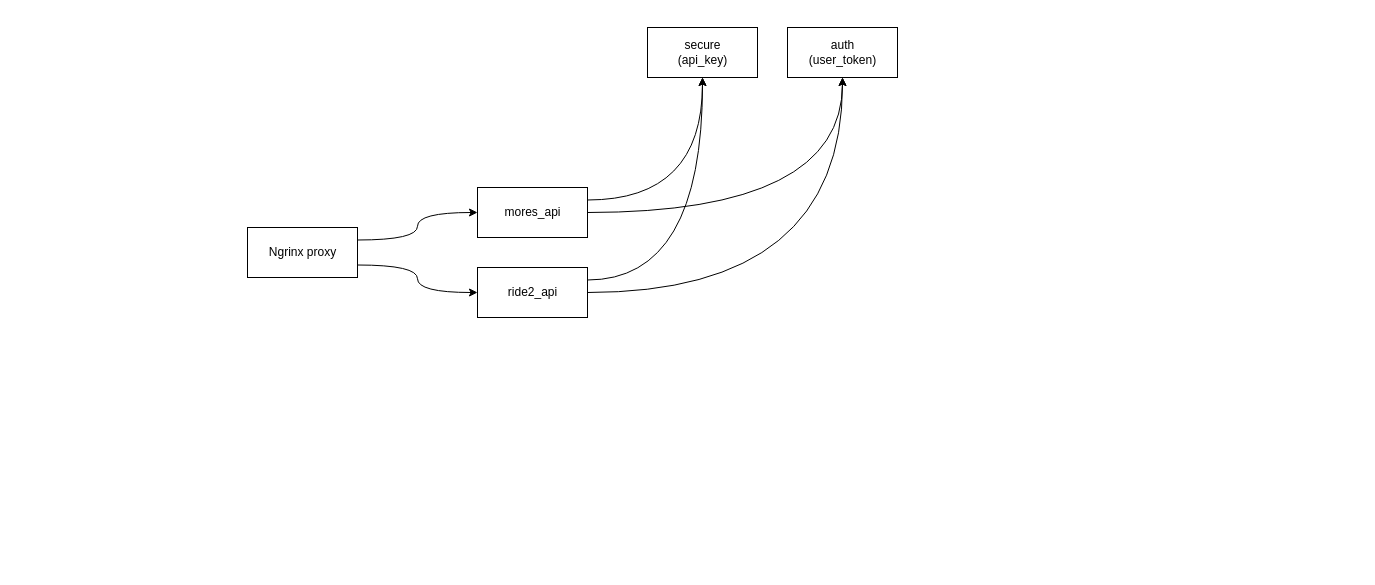
Before: page "Page-3" (3 of 3) of schema.drawio in jadjer/mores, a draw.io diagram. Source tidied: cells renumbered, new cells numbered last; positions are measured from the earlier drawing's top-left corner, leaving out a move shared by most shapes. Both pictures are drawn from the tidied source at 100%, with x=0, y=0 at pixel (247, 27).
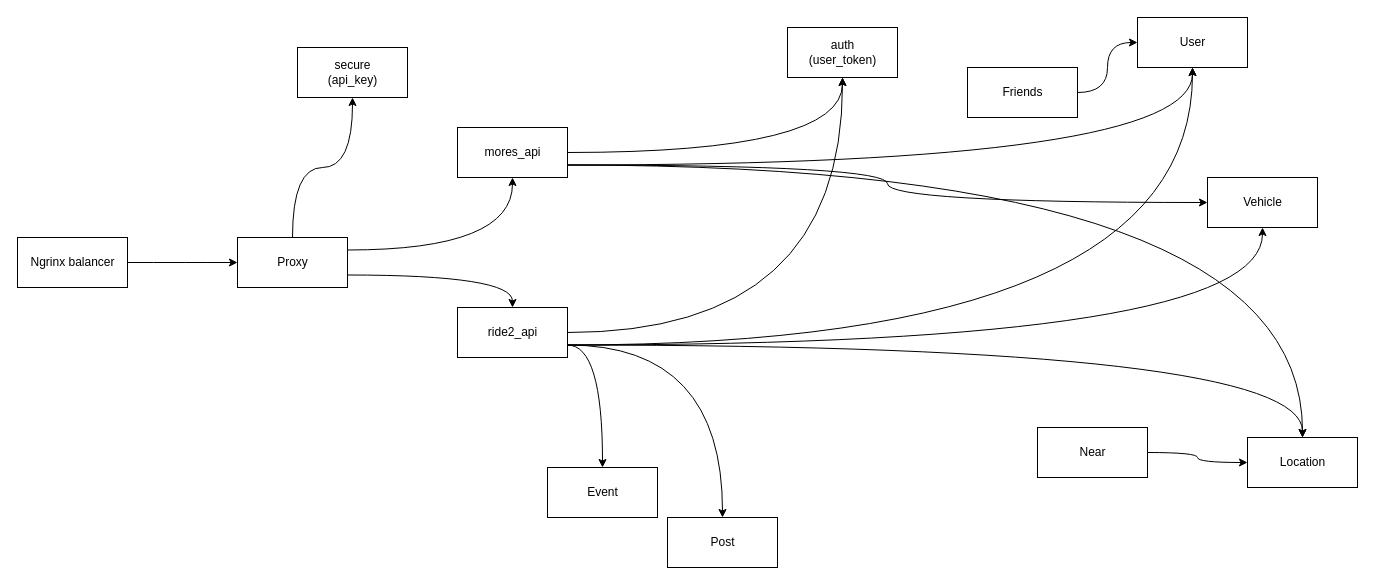
Above is the later version.

What changed in the source:
```diff
@@
-    <mxCell id="3" style="edgeStyle=orthogonalEdgeStyle;curved=1;rounded=0;jettySize=auto;html=1;exitX=1;exitY=0.25;exitDx=0;exitDy=0;" parent="1" edge="1" source="4" target="12">
-      <mxGeometry relative="1" as="geometry" />
-    </mxCell>
+    <mxCell id="13" style="edgeStyle=orthogonalEdgeStyle;rounded=0;jettySize=auto;html=1;exitX=1;exitY=0.75;exitDx=0;exitDy=0;curved=1;" parent="1" edge="1" source="4" target="22">
+      <mxGeometry relative="1" as="geometry" />
+    </mxCell>
+    <mxCell id="14" style="edgeStyle=orthogonalEdgeStyle;curved=1;rounded=0;jettySize=auto;html=1;exitX=1;exitY=0.75;exitDx=0;exitDy=0;" parent="1" edge="1" source="4" target="23">
+      <mxGeometry relative="1" as="geometry" />
+    </mxCell>
+    <mxCell id="15" style="edgeStyle=orthogonalEdgeStyle;curved=1;rounded=0;jettySize=auto;html=1;exitX=1;exitY=0.75;exitDx=0;exitDy=0;" parent="1" edge="1" source="4" target="26">
+      <mxGeometry relative="1" as="geometry" />
+    </mxCell>
     <mxCell id="4" value="mores_api" style="html=1;" parent="1" vertex="1">
-      <mxGeometry x="230" y="160" width="110" height="50" as="geometry" />
+      <mxGeometry x="210" y="100" width="110" height="50" as="geometry" />
     </mxCell>
@@
-    <mxCell id="6" style="edgeStyle=orthogonalEdgeStyle;curved=1;rounded=0;jettySize=auto;html=1;exitX=1;exitY=0.25;exitDx=0;exitDy=0;" parent="1" edge="1" source="7" target="12">
-      <mxGeometry relative="1" as="geometry" />
-    </mxCell>
+    <mxCell id="16" style="edgeStyle=orthogonalEdgeStyle;curved=1;rounded=0;jettySize=auto;html=1;exitX=1;exitY=0.75;exitDx=0;exitDy=0;" parent="1" edge="1" source="7" target="22">
+      <mxGeometry relative="1" as="geometry" />
+    </mxCell>
+    <mxCell id="17" style="edgeStyle=orthogonalEdgeStyle;curved=1;rounded=0;jettySize=auto;html=1;exitX=1;exitY=0.75;exitDx=0;exitDy=0;" parent="1" edge="1" source="7" target="23">
+      <mxGeometry relative="1" as="geometry" />
+    </mxCell>
+    <mxCell id="18" style="edgeStyle=orthogonalEdgeStyle;curved=1;rounded=0;jettySize=auto;html=1;exitX=1;exitY=0.75;exitDx=0;exitDy=0;" parent="1" edge="1" source="7" target="26">
+      <mxGeometry relative="1" as="geometry" />
+    </mxCell>
+    <mxCell id="19" style="edgeStyle=orthogonalEdgeStyle;curved=1;rounded=0;jettySize=auto;html=1;exitX=1;exitY=0.75;exitDx=0;exitDy=0;" parent="1" edge="1" source="7" target="24">
+      <mxGeometry relative="1" as="geometry" />
+    </mxCell>
+    <mxCell id="20" style="edgeStyle=orthogonalEdgeStyle;curved=1;rounded=0;jettySize=auto;html=1;exitX=1;exitY=0.75;exitDx=0;exitDy=0;" parent="1" edge="1" source="7" target="25">
+      <mxGeometry relative="1" as="geometry" />
+    </mxCell>
     <mxCell id="7" value="ride2_api" style="html=1;" parent="1" vertex="1">
-      <mxGeometry x="230" y="240" width="110" height="50" as="geometry" />
+      <mxGeometry x="210" y="280" width="110" height="50" as="geometry" />
     </mxCell>
-    <mxCell id="8" style="edgeStyle=orthogonalEdgeStyle;rounded=0;jettySize=auto;html=1;exitX=1;exitY=0.25;exitDx=0;exitDy=0;curved=1;" parent="1" edge="1" source="10" target="4">
-      <mxGeometry relative="1" as="geometry" />
-    </mxCell>
-    <mxCell id="9" style="edgeStyle=orthogonalEdgeStyle;rounded=0;jettySize=auto;html=1;exitX=1;exitY=0.75;exitDx=0;exitDy=0;curved=1;" parent="1" edge="1" source="10" target="7">
-      <mxGeometry relative="1" as="geometry" />
-    </mxCell>
+    <mxCell id="21" style="edgeStyle=orthogonalEdgeStyle;curved=1;rounded=0;jettySize=auto;html=1;exitX=1;exitY=0.5;exitDx=0;exitDy=0;" parent="1" edge="1" source="10" target="32">
+      <mxGeometry relative="1" as="geometry" />
+    </mxCell>
-    <mxCell id="10" value="Ngrinx proxy" style="html=1;" parent="1" vertex="1">
-      <mxGeometry y="200" width="110" height="50" as="geometry" />
+    <mxCell id="10" value="Ngrinx balancer" style="html=1;" parent="1" vertex="1">
+      <mxGeometry x="-230" y="210" width="110" height="50" as="geometry" />
     </mxCell>
@@
     <mxCell id="12" value="secure&lt;br&gt;(api_key)" style="html=1;" parent="1" vertex="1">
-      <mxGeometry x="400" width="110" height="50" as="geometry" />
+      <mxGeometry x="50" y="20" width="110" height="50" as="geometry" />
     </mxCell>
+    <mxCell id="22" value="User" style="html=1;" parent="1" vertex="1">
+      <mxGeometry x="890" y="-10" width="110" height="50" as="geometry" />
+    </mxCell>
+    <mxCell id="23" value="Vehicle" style="html=1;" parent="1" vertex="1">
+      <mxGeometry x="960" y="150" width="110" height="50" as="geometry" />
+    </mxCell>
+    <mxCell id="24" value="Event" style="html=1;" parent="1" vertex="1">
+      <mxGeometry x="300" y="440" width="110" height="50" as="geometry" />
+    </mxCell>
+    <mxCell id="25" value="Post" style="html=1;" parent="1" vertex="1">
+      <mxGeometry x="420" y="490" width="110" height="50" as="geometry" />
+    </mxCell>
+    <mxCell id="26" value="Location" style="html=1;" parent="1" vertex="1">
+      <mxGeometry x="1000" y="410" width="110" height="50" as="geometry" />
+    </mxCell>
+    <mxCell id="27" style="edgeStyle=orthogonalEdgeStyle;curved=1;rounded=0;jettySize=auto;html=1;exitX=1;exitY=0.5;exitDx=0;exitDy=0;" parent="1" edge="1" source="28" target="26">
+      <mxGeometry relative="1" as="geometry" />
+    </mxCell>
+    <mxCell id="28" value="Near" style="html=1;" parent="1" vertex="1">
+      <mxGeometry x="790" y="400" width="110" height="50" as="geometry" />
+    </mxCell>
+    <mxCell id="29" style="edgeStyle=orthogonalEdgeStyle;curved=1;rounded=0;jettySize=auto;html=1;exitX=1;exitY=0.25;exitDx=0;exitDy=0;" parent="1" edge="1" source="32" target="4">
+      <mxGeometry relative="1" as="geometry" />
+    </mxCell>
+    <mxCell id="30" style="edgeStyle=orthogonalEdgeStyle;curved=1;rounded=0;jettySize=auto;html=1;exitX=1;exitY=0.75;exitDx=0;exitDy=0;" parent="1" edge="1" source="32" target="7">
+      <mxGeometry relative="1" as="geometry" />
+    </mxCell>
+    <mxCell id="31" style="edgeStyle=orthogonalEdgeStyle;curved=1;rounded=0;jettySize=auto;html=1;exitX=0.5;exitY=0;exitDx=0;exitDy=0;" parent="1" edge="1" source="32" target="12">
+      <mxGeometry relative="1" as="geometry" />
+    </mxCell>
+    <mxCell id="32" value="Proxy" style="html=1;" parent="1" vertex="1">
+      <mxGeometry x="-10" y="210" width="110" height="50" as="geometry" />
+    </mxCell>
+    <mxCell id="33" style="edgeStyle=orthogonalEdgeStyle;curved=1;rounded=0;jettySize=auto;html=1;exitX=1;exitY=0.5;exitDx=0;exitDy=0;" parent="1" edge="1" source="34" target="22">
+      <mxGeometry relative="1" as="geometry" />
+    </mxCell>
+    <mxCell id="34" value="Friends" style="html=1;" parent="1" vertex="1">
+      <mxGeometry x="720" y="40" width="110" height="50" as="geometry" />
+    </mxCell>
```
